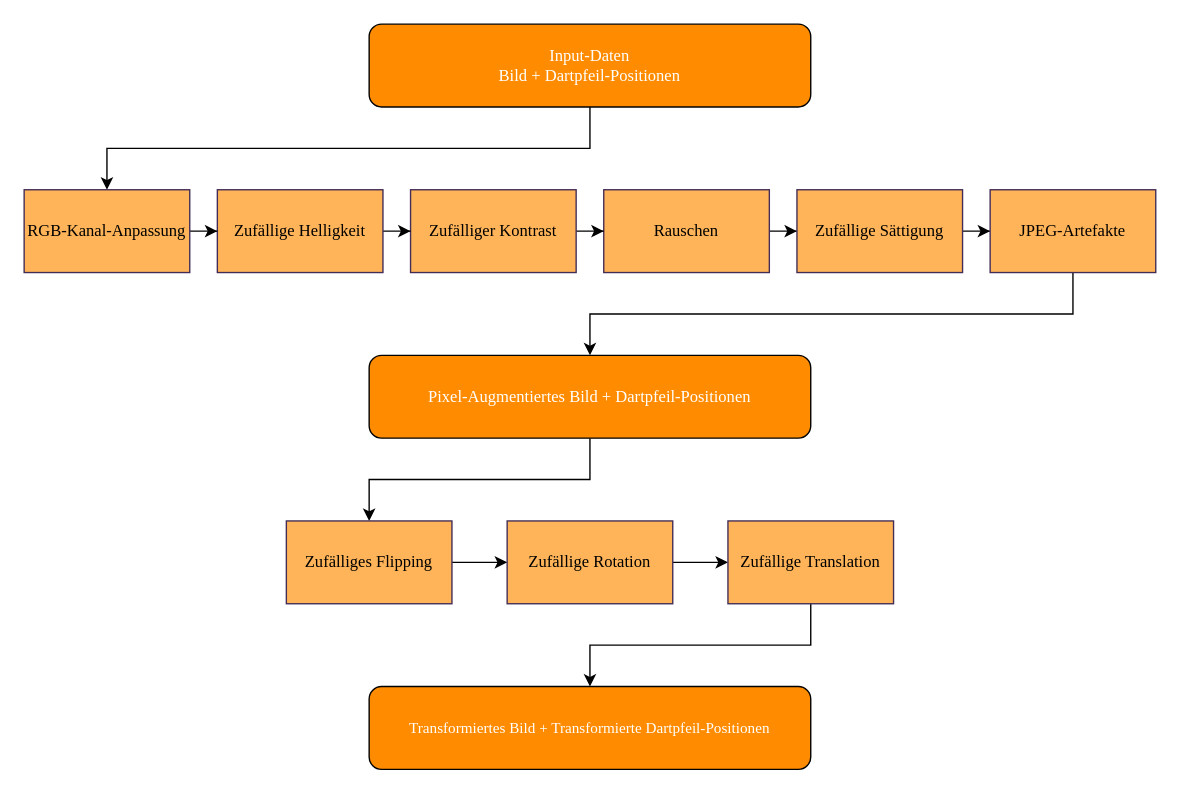
JuuuF/masterarbeit keeps this draw.io diagram as writing/work/imgs/ai/augmentation_pipeline.drawio. Above is the earlier version. Source tidied: cells renumbered, new cells numbered last; positions are measured from the earlier drawing's top-left corner, leaving out a move shared by most shapes. Both pictures are drawn from the tidied source at 138%, with x=0, y=0 at pixel (23, 23).
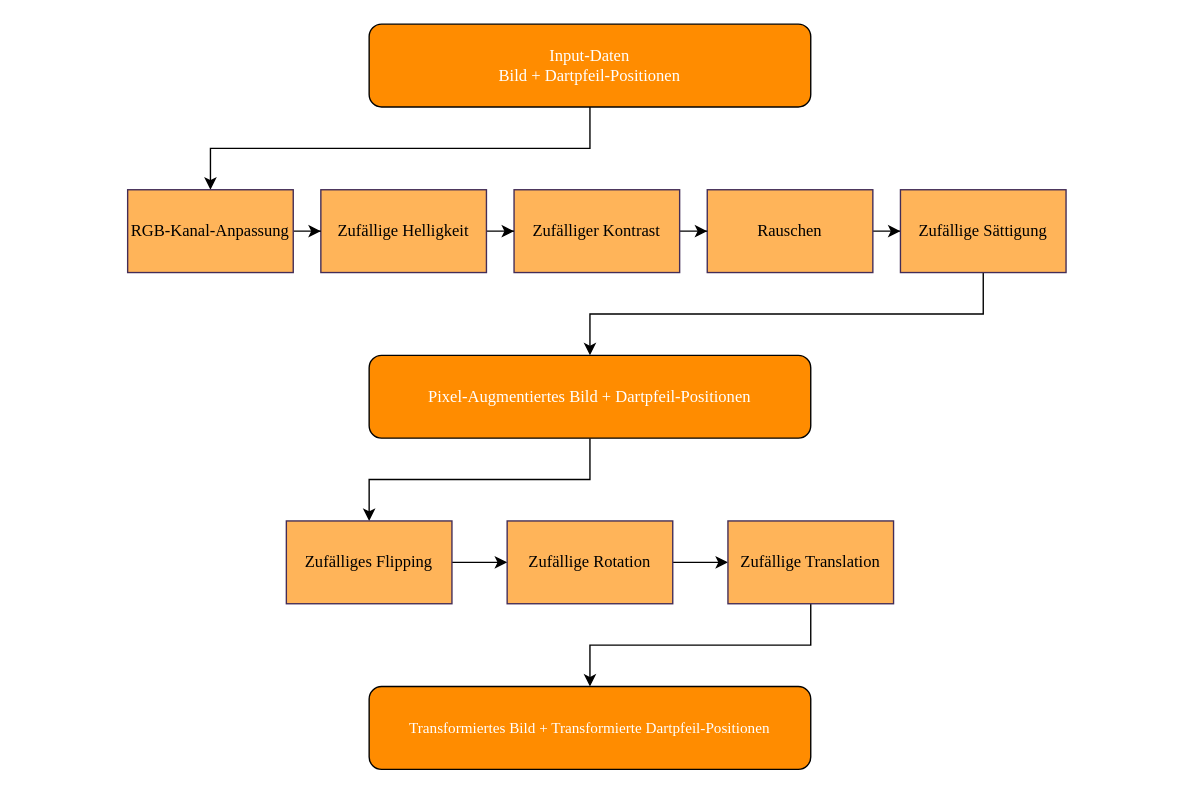
The same diagram, later.

Change to the diagram source:
```diff
@@
-    <mxCell id="10" style="edgeStyle=orthogonalEdgeStyle;rounded=0;jettySize=auto;html=1;fontFamily=Garamond;" parent="1" edge="1" source="11" target="17">
-      <mxGeometry relative="1" as="geometry" />
-    </mxCell>
+    <mxCell id="25" style="edgeStyle=orthogonalEdgeStyle;rounded=0;jettySize=auto;html=1;" parent="1" edge="1" source="11" target="24">
+      <mxGeometry relative="1" as="geometry" />
+    </mxCell>
     <mxCell id="11" value="Rauschen" style="rounded=0;whiteSpace=wrap;html=1;fillColor=light-dark(#FFB459,#A18EB3);fontColor=#000000;strokeColor=#432D57;fontFamily=Garamond;" parent="1" vertex="1">
-      <mxGeometry x="420" y="120" width="120" height="60" as="geometry" />
+      <mxGeometry x="495" y="120" width="120" height="60" as="geometry" />
     </mxCell>
@@
     <mxCell id="15" value="Zufälliger Kontrast" style="rounded=0;whiteSpace=wrap;html=1;fillColor=light-dark(#FFB459,#A18EB3);fontColor=#000000;strokeColor=#432D57;fontFamily=Garamond;" parent="1" vertex="1">
-      <mxGeometry x="280" y="120" width="120" height="60" as="geometry" />
+      <mxGeometry x="355" y="120" width="120" height="60" as="geometry" />
     </mxCell>
-    <mxCell id="16" style="edgeStyle=orthogonalEdgeStyle;rounded=0;jettySize=auto;html=1;fontFamily=Garamond;" parent="1" edge="1" source="17" target="24">
-      <mxGeometry relative="1" as="geometry" />
-    </mxCell>
-    <mxCell id="17" value="Zufällige Sättigung" style="rounded=0;whiteSpace=wrap;html=1;fillColor=light-dark(#FFB459,#A18EB3);fontColor=#000000;strokeColor=#432D57;fontFamily=Garamond;" parent="1" vertex="1">
-      <mxGeometry x="560" y="120" width="120" height="60" as="geometry" />
-    </mxCell>
@@
     <mxCell id="20" value="Zufällige Helligkeit" style="rounded=0;whiteSpace=wrap;html=1;fillColor=light-dark(#FFB459,#A18EB3);fontColor=#000000;strokeColor=#432D57;fontFamily=Garamond;" parent="1" vertex="1">
-      <mxGeometry x="140" y="120" width="120" height="60" as="geometry" />
+      <mxGeometry x="215" y="120" width="120" height="60" as="geometry" />
     </mxCell>
@@
     <mxCell id="22" value="RGB-Kanal-Anpassung" style="rounded=0;whiteSpace=wrap;html=1;fillColor=light-dark(#FFB459,#A18EB3);fontColor=#000000;strokeColor=#432D57;fontFamily=Garamond;" parent="1" vertex="1">
-      <mxGeometry y="120" width="120" height="60" as="geometry" />
+      <mxGeometry x="75" y="120" width="120" height="60" as="geometry" />
     </mxCell>
@@
-    <mxCell id="24" value="JPEG-Artefakte" style="rounded=0;whiteSpace=wrap;html=1;fillColor=light-dark(#FFB459,#A18EB3);fontColor=#000000;strokeColor=#432D57;fontFamily=Garamond;" parent="1" vertex="1">
-      <mxGeometry x="700" y="120" width="120" height="60" as="geometry" />
+    <mxCell id="24" value="Zufällige Sättigung" style="rounded=0;whiteSpace=wrap;html=1;fillColor=light-dark(#FFB459,#A18EB3);fontColor=#000000;strokeColor=#432D57;fontFamily=Garamond;" parent="1" vertex="1">
+      <mxGeometry x="635" y="120" width="120" height="60" as="geometry" />
     </mxCell>
```
